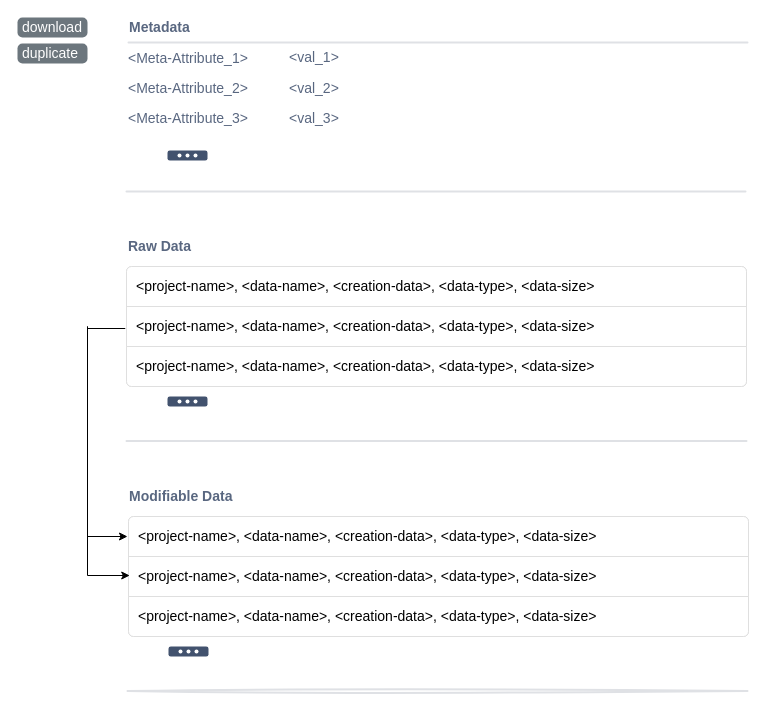
Before: EsyDB/EsyDB_sw_p02_1.drawio in elghazi/drawings, a draw.io diagram. Source tidied: cells renumbered, new cells numbered last; positions are measured from the earlier drawing's top-left corner, leaving out a move shared by most shapes. Both pictures are drawn from the tidied source at 100%, with x=0, y=0 at pixel (17, 17).
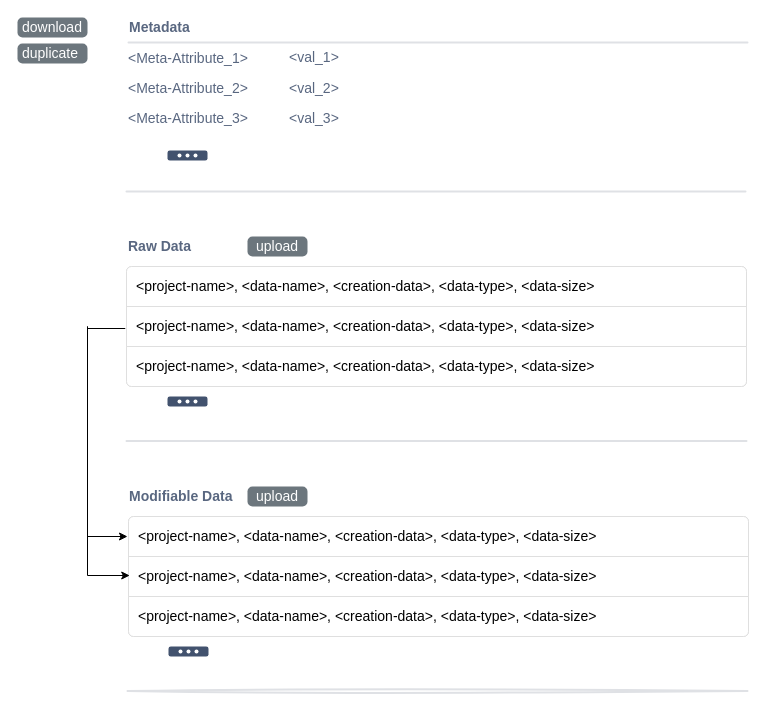
After the change.

The edit, as a diff of the source:
```diff
@@
+    <mxCell id="39" value="upload" style="html=1;shadow=0;dashed=0;shape=mxgraph.bootstrap.rrect;rSize=5;strokeColor=none;strokeWidth=1;fillColor=#6C767D;fontColor=#FFFFFF;whiteSpace=wrap;align=center;verticalAlign=middle;spacingLeft=0;fontStyle=0;fontSize=14;spacing=5;fontFamily=Helvetica;" parent="1" vertex="1">
+      <mxGeometry x="230" y="219" width="60" height="20" as="geometry" />
+    </mxCell>
+    <mxCell id="40" value="upload" style="html=1;shadow=0;dashed=0;shape=mxgraph.bootstrap.rrect;rSize=5;strokeColor=none;strokeWidth=1;fillColor=#6C767D;fontColor=#FFFFFF;whiteSpace=wrap;align=center;verticalAlign=middle;spacingLeft=0;fontStyle=0;fontSize=14;spacing=5;fontFamily=Helvetica;" parent="1" vertex="1">
+      <mxGeometry x="230" y="469" width="60" height="20" as="geometry" />
+    </mxCell>
```
